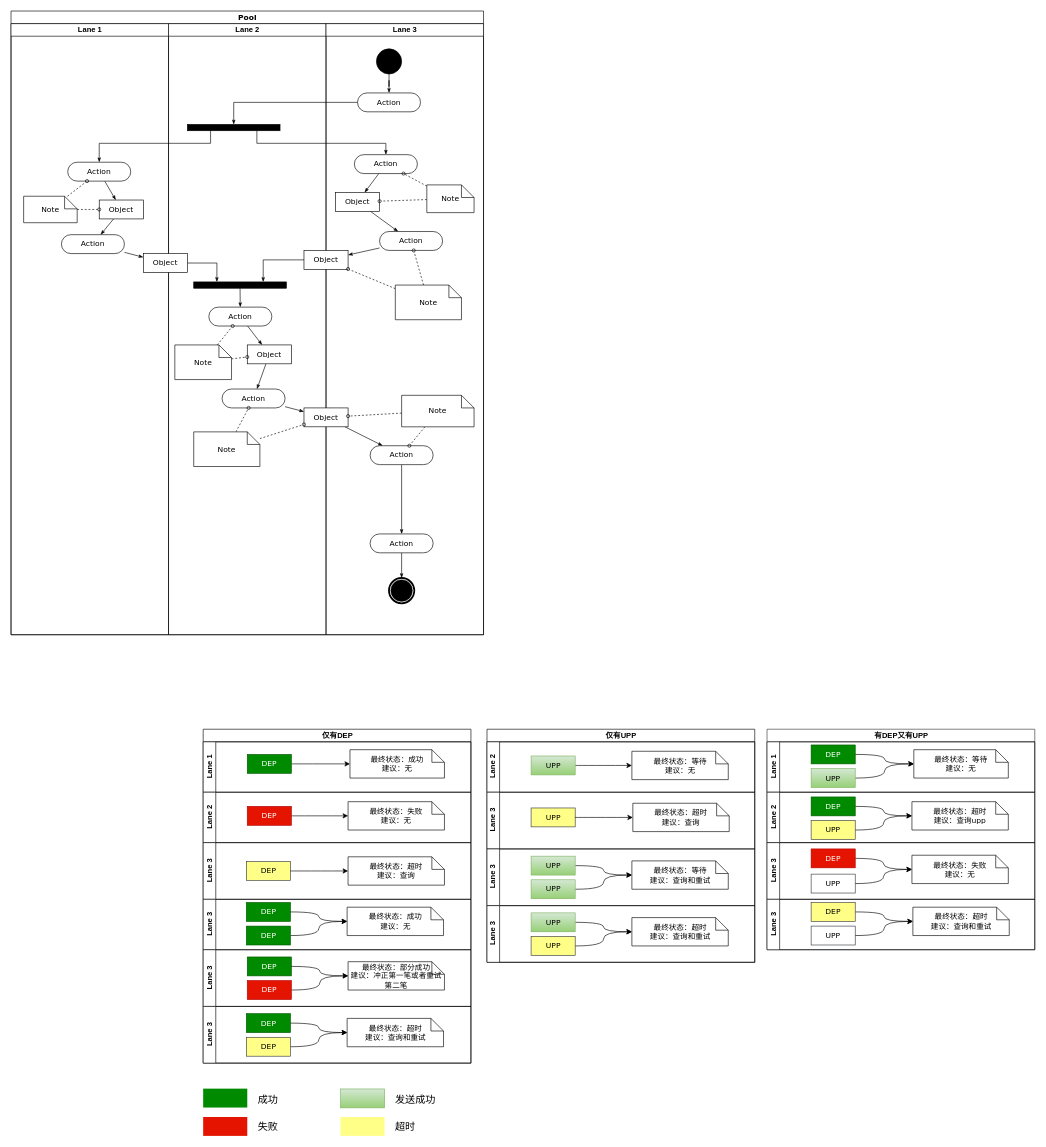
Before: 清算引擎交互流程图.drawio in staconfree/design, a draw.io diagram. Source tidied: cells renumbered, new cells numbered last; positions are measured from the earlier drawing's top-left corner, leaving out a move shared by most shapes. Both pictures are drawn from the tidied source at 63%, with x=0, y=0 at pixel (11, 11).
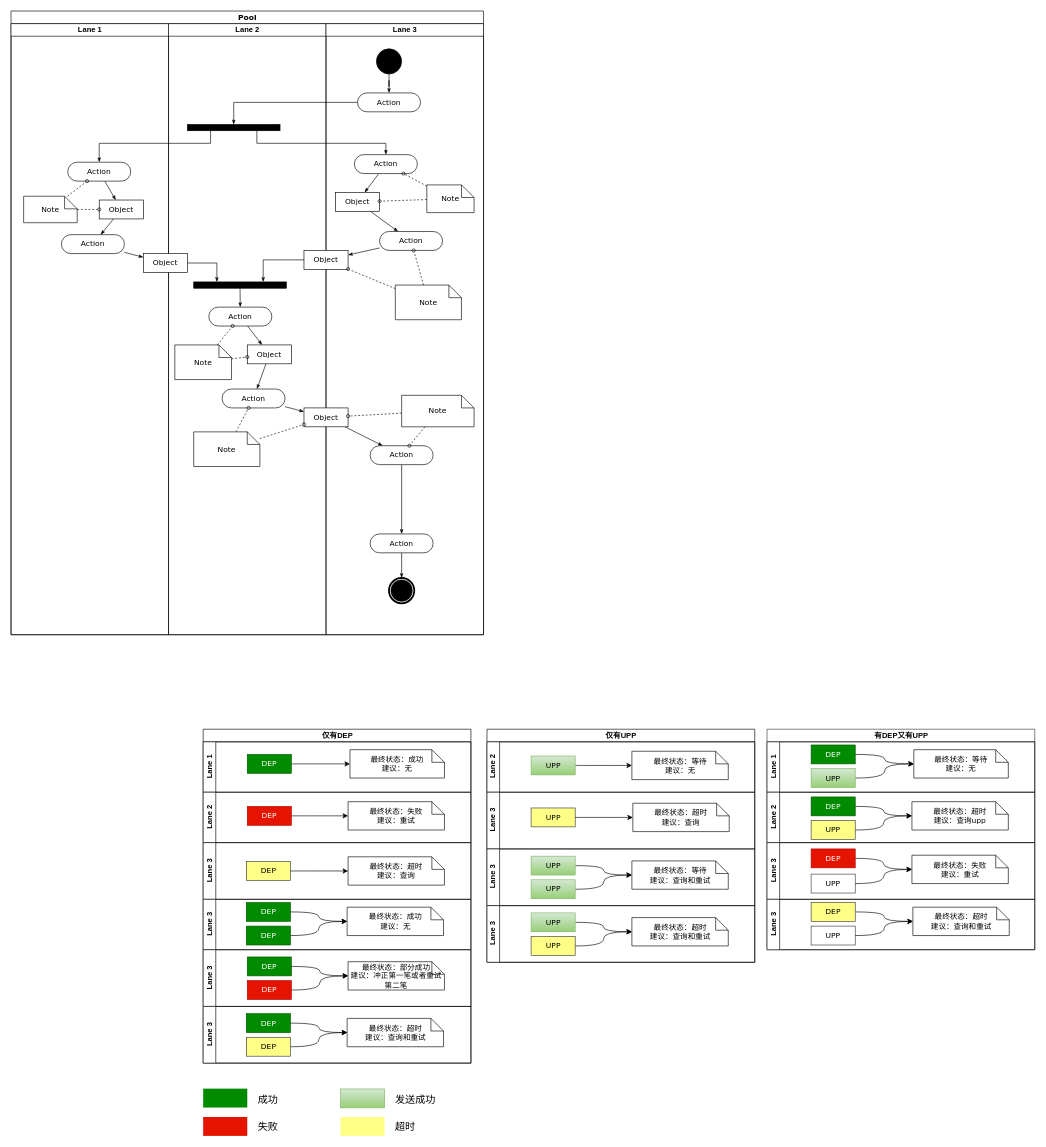
After the change.

Commit message (it also covers changes not shown here):
更新清算引擎交互流程图.drawio

The change refers to these unchanged cells:
```xml
<mxCell id="67" value="Lane 2" style="swimlane;html=1;startSize=20;horizontal=0;" parent="62" vertex="1">
  <mxGeometry y="100" width="425" height="80" as="geometry" />
</mxCell>
<mxCell id="127" value="Lane 3" style="swimlane;html=1;startSize=20;horizontal=0;" parent="114" vertex="1">
  <mxGeometry y="180" width="425" height="90" as="geometry" />
</mxCell>
```

Diff of the diagram source:
```diff
@@
-    <mxCell id="70" value="最终状态：失败&lt;br&gt;建议：无" style="shape=note;whiteSpace=wrap;html=1;rounded=0;shadow=0;comic=0;labelBackgroundColor=none;strokeColor=#000000;strokeWidth=1;fillColor=#ffffff;fontFamily=Verdana;fontSize=12;fontColor=#000000;align=center;size=20;" parent="67" vertex="1">
+    <mxCell id="70" value="最终状态：失败&lt;br&gt;建议：重试" style="shape=note;whiteSpace=wrap;html=1;rounded=0;shadow=0;comic=0;labelBackgroundColor=none;strokeColor=#000000;strokeWidth=1;fillColor=#ffffff;fontFamily=Verdana;fontSize=12;fontColor=#000000;align=center;size=20;" parent="67" vertex="1">
       <mxGeometry x="230" y="15" width="153" height="45" as="geometry" />
     </mxCell>
@@
-    <mxCell id="128" value="最终状态：失败&lt;br&gt;建议：无" style="shape=note;whiteSpace=wrap;html=1;rounded=0;shadow=0;comic=0;labelBackgroundColor=none;strokeColor=#000000;strokeWidth=1;fillColor=#ffffff;fontFamily=Verdana;fontSize=12;fontColor=#000000;align=center;size=20;" parent="127" vertex="1">
+    <mxCell id="128" value="最终状态：失败&lt;br&gt;建议：重试" style="shape=note;whiteSpace=wrap;html=1;rounded=0;shadow=0;comic=0;labelBackgroundColor=none;strokeColor=#000000;strokeWidth=1;fillColor=#ffffff;fontFamily=Verdana;fontSize=12;fontColor=#000000;align=center;size=20;" parent="127" vertex="1">
       <mxGeometry x="230" y="20" width="153" height="45" as="geometry" />
     </mxCell>
```
